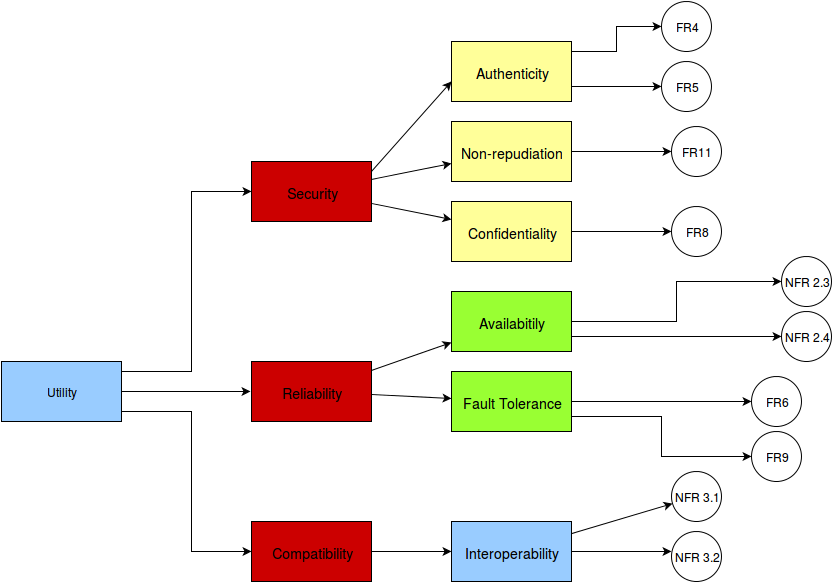
The draw.io diagram Pictures/Utility-tree.png in Alexandra-Matreata/ASA, before a commit. Source tidied: cells renumbered, new cells last; positions are measured from the earlier drawing's top-left corner, leaving out a move shared by most shapes.
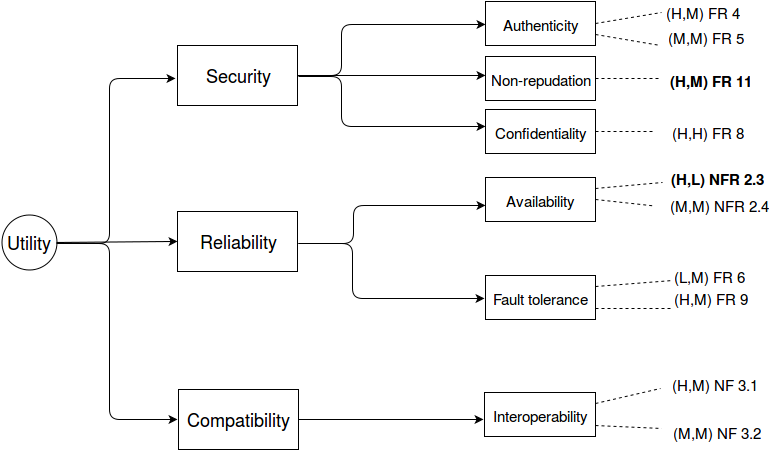
After the change.

Diff of the diagram source:
```diff
@@ -1,154 +1,185 @@
-<mxGraphModel>
+<mxGraphModel background="#ffffff">
   <root>
     <mxCell id="0" />
     <mxCell id="1" parent="0" />
+    <mxCell id="36" value="Utility" style="ellipse;whiteSpace=wrap;html=1;fontSize=18;" parent="1" vertex="1">
+      <mxGeometry x="262" y="153" width="55" height="55" as="geometry" />
+    </mxCell>
+    <mxCell id="6" value="Security" style="whiteSpace=wrap;html=1;fontSize=18;" parent="1" vertex="1">
+      <mxGeometry x="438" y="-16" width="120" height="60" as="geometry" />
+    </mxCell>
-    <mxCell id="2" value="Reliability" style="whiteSpace=wrap;html=1;labelBackgroundColor=none;fillColor=#CC0000;fontSize=14;fontColor=#000000;strokeColor=#000000;" parent="1" vertex="1">
-      <mxGeometry x="250" y="360" width="120" height="60" as="geometry" />
+    <mxCell id="2" value="Reliability" style="whiteSpace=wrap;html=1;fontSize=18;" parent="1" vertex="1">
+      <mxGeometry x="438" y="150" width="120" height="60" as="geometry" />
     </mxCell>
-    <mxCell id="3" value="Availabitily" style="whiteSpace=wrap;html=1;labelBackgroundColor=none;fillColor=#99FF33;fontSize=14;fontColor=#000000;strokeColor=#000000;" parent="1" vertex="1">
-      <mxGeometry x="450" y="290" width="120" height="60" as="geometry" />
-    </mxCell>
-    <mxCell id="4" value="Fault Tolerance" style="whiteSpace=wrap;html=1;labelBackgroundColor=none;fillColor=#99FF33;fontSize=14;fontColor=#000000;strokeColor=#000000;" parent="1" vertex="1">
-      <mxGeometry x="450" y="370" width="120" height="60" as="geometry" />
-    </mxCell>
-    <mxCell id="5" value="Compatibility" style="whiteSpace=wrap;html=1;labelBackgroundColor=none;fillColor=#CC0000;fontSize=14;fontColor=#000000;strokeColor=#000000;" parent="1" vertex="1">
-      <mxGeometry x="250" y="520" width="120" height="60" as="geometry" />
+    <mxCell id="5" value="Compatibility" style="whiteSpace=wrap;html=1;fontSize=18;" parent="1" vertex="1">
+      <mxGeometry x="439" y="328" width="120" height="60" as="geometry" />
     </mxCell>
-    <mxCell id="6" value="Security" style="whiteSpace=wrap;html=1;labelBackgroundColor=none;fillColor=#CC0000;fontSize=14;fontColor=#000000;strokeColor=#000000;" parent="1" vertex="1">
-      <mxGeometry x="250" y="160" width="120" height="60" as="geometry" />
-    </mxCell>
+    <mxCell id="41" style="endArrow=classic;html=1;fontSize=18;exitX=1;exitY=0.5;" parent="1" edge="1" source="36">
+      <mxGeometry relative="1" as="geometry">
+        <mxPoint x="438" y="180" as="targetPoint" />
+      </mxGeometry>
+    </mxCell>
+    <mxCell id="42" style="endArrow=classic;html=1;fontSize=18;" parent="1" edge="1">
+      <mxGeometry relative="1" as="geometry">
+        <mxPoint x="317" y="182" as="sourcePoint" />
+        <mxPoint x="436" y="17" as="targetPoint" />
+        <Array as="points">
+          <mxPoint x="370" y="182" />
+          <mxPoint x="370" y="17" />
+        </Array>
+      </mxGeometry>
+    </mxCell>
+    <mxCell id="43" style="endArrow=classic;html=1;fontSize=18;" parent="1" edge="1">
+      <mxGeometry relative="1" as="geometry">
+        <mxPoint x="319" y="182" as="sourcePoint" />
+        <mxPoint x="438" y="358" as="targetPoint" />
+        <Array as="points">
+          <mxPoint x="370" y="182" />
+          <mxPoint x="370" y="358" />
+        </Array>
+      </mxGeometry>
+    </mxCell>
+    <mxCell id="44" style="endArrow=classic;html=1;fontSize=18;exitX=1;exitY=0.5;" parent="1" edge="1" source="6">
+      <mxGeometry relative="1" as="geometry">
+        <mxPoint x="746" y="-37" as="targetPoint" />
+        <Array as="points">
+          <mxPoint x="602" y="14" />
+          <mxPoint x="602" y="-37" />
+        </Array>
+      </mxGeometry>
+    </mxCell>
+    <mxCell id="45" style="endArrow=classic;html=1;fontSize=18;exitX=1;exitY=0.5;" parent="1" edge="1" source="6">
+      <mxGeometry relative="1" as="geometry">
+        <mxPoint x="746" y="14" as="targetPoint" />
+      </mxGeometry>
+    </mxCell>
+    <mxCell id="46" style="endArrow=classic;html=1;fontSize=18;" parent="1" edge="1">
+      <mxGeometry relative="1" as="geometry">
+        <mxPoint x="559" y="15" as="sourcePoint" />
+        <mxPoint x="746" y="65" as="targetPoint" />
+        <Array as="points">
+          <mxPoint x="602" y="15" />
+          <mxPoint x="602" y="65" />
+        </Array>
+      </mxGeometry>
+    </mxCell>
+    <mxCell id="47" style="endArrow=classic;html=1;fontSize=18;" parent="1" edge="1">
+      <mxGeometry relative="1" as="geometry">
+        <mxPoint x="559" y="182" as="sourcePoint" />
+        <mxPoint x="746" y="144" as="targetPoint" />
+        <Array as="points">
+          <mxPoint x="614" y="182" />
+          <mxPoint x="614" y="144" />
+        </Array>
+      </mxGeometry>
+    </mxCell>
+    <mxCell id="48" style="endArrow=classic;html=1;fontSize=18;" parent="1" edge="1">
+      <mxGeometry relative="1" as="geometry">
+        <mxPoint x="559" y="182" as="sourcePoint" />
+        <mxPoint x="745" y="237" as="targetPoint" />
+        <Array as="points">
+          <mxPoint x="613" y="182" />
+          <mxPoint x="613" y="237" />
+        </Array>
+      </mxGeometry>
+    </mxCell>
+    <mxCell id="49" style="endArrow=classic;html=1;fontSize=18;exitX=1;exitY=0.5;" parent="1" edge="1" source="5">
+      <mxGeometry relative="1" as="geometry">
+        <mxPoint x="744" y="358" as="targetPoint" />
+      </mxGeometry>
+    </mxCell>
+    <mxCell id="50" style="edgeStyle=orthogonalEdgeStyle;rounded=0;html=1;exitX=0;exitY=0.5;entryX=0;entryY=0.5;jettySize=auto;orthogonalLoop=1;fontSize=18;" parent="1" edge="1" source="2" target="2">
+      <mxGeometry relative="1" as="geometry" />
+    </mxCell>
-    <mxCell id="7" value="Authenticity" style="whiteSpace=wrap;html=1;labelBackgroundColor=none;fillColor=#FFFF99;fontSize=14;fontColor=#000000;strokeColor=#000000;" parent="1" vertex="1">
-      <mxGeometry x="450" y="40" width="120" height="60" as="geometry" />
+    <mxCell id="7" value="&lt;font style=&quot;font-size: 15px&quot;&gt;Authenticity&lt;/font&gt;" style="whiteSpace=wrap;html=1;fontSize=18;" parent="1" vertex="1">
+      <mxGeometry x="746" y="-60" width="110" height="44" as="geometry" />
     </mxCell>
+    <mxCell id="51" value="&lt;font style=&quot;font-size: 15px&quot;&gt;Non-repudation&lt;/font&gt;" style="whiteSpace=wrap;html=1;fontSize=18;" parent="1" vertex="1">
+      <mxGeometry x="746" y="-5" width="110" height="44" as="geometry" />
+    </mxCell>
+    <mxCell id="10" value="&lt;font style=&quot;font-size: 15px&quot;&gt;Confidentiality&lt;/font&gt;" style="whiteSpace=wrap;html=1;fontSize=18;" parent="1" vertex="1">
+      <mxGeometry x="746" y="48" width="110" height="44" as="geometry" />
+    </mxCell>
+    <mxCell id="52" value="&lt;font style=&quot;font-size: 15px&quot;&gt;Availability&lt;/font&gt;" style="whiteSpace=wrap;html=1;fontSize=18;" parent="1" vertex="1">
+      <mxGeometry x="746" y="116" width="110" height="44" as="geometry" />
+    </mxCell>
+    <mxCell id="53" value="&lt;font style=&quot;font-size: 15px&quot;&gt;Fault tolerance&lt;/font&gt;&lt;br&gt;" style="whiteSpace=wrap;html=1;fontSize=18;" parent="1" vertex="1">
+      <mxGeometry x="746" y="214" width="110" height="44" as="geometry" />
+    </mxCell>
-    <mxCell id="8" value="Interoperability" style="whiteSpace=wrap;html=1;labelBackgroundColor=none;fillColor=#99CCFF;fontSize=14;fontColor=#000000;strokeColor=#000000;" parent="1" vertex="1">
-      <mxGeometry x="450" y="520" width="120" height="60" as="geometry" />
+    <mxCell id="8" value="&lt;font style=&quot;font-size: 15px&quot;&gt;Interoperability&lt;/font&gt;" style="whiteSpace=wrap;html=1;fontSize=18;" parent="1" vertex="1">
+      <mxGeometry x="745" y="331" width="111" height="44" as="geometry" />
     </mxCell>
-    <mxCell id="9" style="edgeStyle=none;rounded=0;html=1;startArrow=none;startFill=0;endArrow=classic;endFill=1;jettySize=auto;strokeColor=#000000;fontSize=14;fontColor=#000000;" parent="1" edge="1" source="6" target="11">
-      <mxGeometry relative="1" as="geometry" />
-    </mxCell>
-    <mxCell id="10" value="Confidentiality" style="whiteSpace=wrap;html=1;labelBackgroundColor=none;fillColor=#FFFF99;fontSize=14;fontColor=#000000;strokeColor=#000000;" parent="1" vertex="1">
-      <mxGeometry x="450" y="200" width="120" height="60" as="geometry" />
-    </mxCell>
-    <mxCell id="11" value="Non-repudiation" style="whiteSpace=wrap;html=1;labelBackgroundColor=none;fillColor=#FFFF99;fontSize=14;fontColor=#000000;strokeColor=#000000;" parent="1" vertex="1">
-      <mxGeometry x="450" y="120" width="120" height="60" as="geometry" />
-    </mxCell>
-    <mxCell id="12" style="edgeStyle=none;rounded=0;html=1;startArrow=none;startFill=0;endArrow=classic;endFill=1;jettySize=auto;strokeColor=#000000;fontSize=14;fontColor=#000000;" parent="1" edge="1" target="7">
-      <mxGeometry relative="1" as="geometry">
-        <mxPoint x="370" y="170" as="sourcePoint" />
-        <Array as="points">
-          <mxPoint x="450" y="80" />
-        </Array>
-      </mxGeometry>
-    </mxCell>
-    <mxCell id="13" style="edgeStyle=none;rounded=0;html=1;startArrow=none;startFill=0;endArrow=classic;endFill=1;jettySize=auto;strokeColor=#000000;fontSize=14;fontColor=#000000;" parent="1" edge="1" source="6" target="10">
-      <mxGeometry relative="1" as="geometry" />
-    </mxCell>
-    <mxCell id="14" style="edgeStyle=none;rounded=0;html=1;startArrow=none;startFill=0;endArrow=classic;endFill=1;jettySize=auto;strokeColor=#000000;fontSize=14;fontColor=#000000;" parent="1" edge="1" source="2" target="3">
-      <mxGeometry relative="1" as="geometry" />
-    </mxCell>
-    <mxCell id="15" style="edgeStyle=none;rounded=0;html=1;startArrow=none;startFill=0;endArrow=classic;endFill=1;jettySize=auto;strokeColor=#000000;fontSize=14;fontColor=#000000;" parent="1" edge="1" source="2" target="4">
-      <mxGeometry relative="1" as="geometry" />
-    </mxCell>
-    <mxCell id="16" style="edgeStyle=none;rounded=0;html=1;startArrow=none;startFill=0;endArrow=classic;endFill=1;jettySize=auto;strokeColor=#000000;fontSize=14;fontColor=#000000;" parent="1" edge="1" source="5" target="8">
-      <mxGeometry relative="1" as="geometry" />
-    </mxCell>
-    <mxCell id="17" value="NFR 3.2" style="ellipse;whiteSpace=wrap;html=1;direction=south;" parent="1" vertex="1">
-      <mxGeometry x="670" y="530" width="50" height="50" as="geometry" />
-    </mxCell>
-    <mxCell id="18" value="NFR 3.1" style="ellipse;whiteSpace=wrap;html=1;" parent="1" vertex="1">
-      <mxGeometry x="670" y="470" width="50" height="50" as="geometry" />
-    </mxCell>
-    <mxCell id="19" style="edgeStyle=none;rounded=0;html=1;startArrow=none;startFill=0;endArrow=classic;endFill=1;jettySize=auto;strokeColor=#000000;fontSize=14;fontColor=#000000;" parent="1" edge="1" source="8" target="18">
-      <mxGeometry relative="1" as="geometry" />
-    </mxCell>
-    <mxCell id="20" value="FR4" style="ellipse;whiteSpace=wrap;html=1;" parent="1" vertex="1">
-      <mxGeometry x="660" width="50" height="50" as="geometry" />
-    </mxCell>
-    <mxCell id="21" style="edgeStyle=orthogonalEdgeStyle;rounded=0;html=1;exitX=1;exitY=0.5;jettySize=auto;entryX=0;entryY=0.5;" parent="1" edge="1" source="7" target="20">
-      <mxGeometry relative="1" as="geometry">
-        <Array as="points">
-          <mxPoint x="570" y="50" />
-          <mxPoint x="615" y="50" />
-          <mxPoint x="615" y="25" />
-        </Array>
-      </mxGeometry>
-    </mxCell>
-    <mxCell id="22" value="FR8" style="ellipse;whiteSpace=wrap;html=1;" parent="1" vertex="1">
-      <mxGeometry x="670" y="205" width="50" height="50" as="geometry" />
-    </mxCell>
-    <mxCell id="23" style="edgeStyle=orthogonalEdgeStyle;rounded=0;html=1;exitX=1;exitY=0.5;jettySize=auto;" parent="1" edge="1" source="10" target="22">
-      <mxGeometry relative="1" as="geometry" />
-    </mxCell>
-    <mxCell id="24" value="FR5" style="ellipse;whiteSpace=wrap;html=1;" parent="1" vertex="1">
-      <mxGeometry x="660" y="60" width="50" height="50" as="geometry" />
-    </mxCell>
-    <mxCell id="25" style="edgeStyle=orthogonalEdgeStyle;rounded=0;html=1;exitX=1;exitY=0.75;entryX=0;entryY=0.5;jettySize=auto;" parent="1" edge="1" source="7" target="24">
-      <mxGeometry relative="1" as="geometry" />
-    </mxCell>
-    <mxCell id="26" value="NFR 2.3" style="ellipse;whiteSpace=wrap;html=1;" parent="1" vertex="1">
-      <mxGeometry x="780" y="255" width="50" height="50" as="geometry" />
-    </mxCell>
-    <mxCell id="27" style="edgeStyle=orthogonalEdgeStyle;rounded=0;html=1;exitX=1;exitY=0.5;entryX=0;entryY=0.5;jettySize=auto;" parent="1" edge="1" source="3" target="26">
-      <mxGeometry relative="1" as="geometry" />
-    </mxCell>
-    <mxCell id="28" value="NFR 2.4" style="ellipse;whiteSpace=wrap;html=1;" parent="1" vertex="1">
-      <mxGeometry x="780" y="310" width="50" height="50" as="geometry" />
-    </mxCell>
-    <mxCell id="29" style="edgeStyle=orthogonalEdgeStyle;rounded=0;html=1;exitX=1;exitY=0.75;entryX=0;entryY=0.5;jettySize=auto;" parent="1" edge="1" source="3" target="28">
-      <mxGeometry relative="1" as="geometry" />
-    </mxCell>
-    <mxCell id="30" value="FR6" style="ellipse;whiteSpace=wrap;html=1;" parent="1" vertex="1">
-      <mxGeometry x="750" y="375" width="50" height="50" as="geometry" />
-    </mxCell>
-    <mxCell id="31" style="edgeStyle=orthogonalEdgeStyle;rounded=0;html=1;exitX=1;exitY=0.5;entryX=0;entryY=0.5;jettySize=auto;" parent="1" edge="1" source="4" target="30">
-      <mxGeometry relative="1" as="geometry" />
-    </mxCell>
-    <mxCell id="32" value="FR11" style="ellipse;whiteSpace=wrap;html=1;" parent="1" vertex="1">
-      <mxGeometry x="670" y="125" width="50" height="50" as="geometry" />
-    </mxCell>
-    <mxCell id="33" style="edgeStyle=orthogonalEdgeStyle;rounded=0;html=1;exitX=1;exitY=0.5;entryX=0;entryY=0.5;jettySize=auto;" parent="1" edge="1" source="11" target="32">
-      <mxGeometry relative="1" as="geometry" />
-    </mxCell>
-    <mxCell id="34" value="FR9" style="ellipse;whiteSpace=wrap;html=1;" parent="1" vertex="1">
-      <mxGeometry x="750" y="430" width="50" height="50" as="geometry" />
-    </mxCell>
-    <mxCell id="35" style="edgeStyle=orthogonalEdgeStyle;rounded=0;html=1;exitX=1;exitY=0.75;entryX=0;entryY=0.5;jettySize=auto;" parent="1" edge="1" source="4" target="34">
-      <mxGeometry relative="1" as="geometry" />
-    </mxCell>
-    <mxCell id="36" value="Utility" style="whiteSpace=wrap;html=1;fillColor=#99CCFF;" parent="1" vertex="1">
-      <mxGeometry y="360" width="120" height="60" as="geometry" />
-    </mxCell>
-    <mxCell id="37" style="edgeStyle=orthogonalEdgeStyle;rounded=0;html=1;entryX=0;entryY=0.5;jettySize=auto;" parent="1" edge="1" target="6">
-      <mxGeometry relative="1" as="geometry">
-        <mxPoint x="120" y="370" as="sourcePoint" />
-        <Array as="points">
-          <mxPoint x="120" y="370" />
-          <mxPoint x="190" y="370" />
-          <mxPoint x="190" y="190" />
-        </Array>
-      </mxGeometry>
-    </mxCell>
-    <mxCell id="38" style="edgeStyle=orthogonalEdgeStyle;rounded=0;html=1;entryX=0;entryY=0.5;jettySize=auto;" parent="1" edge="1" target="5">
-      <mxGeometry relative="1" as="geometry">
-        <mxPoint x="120" y="410" as="sourcePoint" />
-        <Array as="points">
-          <mxPoint x="120" y="410" />
-          <mxPoint x="190" y="410" />
-          <mxPoint x="190" y="550" />
-        </Array>
-      </mxGeometry>
-    </mxCell>
-    <mxCell id="39" style="endArrow=classic;html=1;fontSize=18;" parent="1" edge="1">
-      <mxGeometry relative="1" as="geometry">
-        <mxPoint x="570" y="550" as="sourcePoint" />
-        <mxPoint x="670" y="550" as="targetPoint" />
-      </mxGeometry>
-    </mxCell>
-    <mxCell id="40" style="endArrow=classic;html=1;fontSize=18;" parent="1" edge="1">
-      <mxGeometry relative="1" as="geometry">
-        <mxPoint x="120" y="390" as="sourcePoint" />
-        <mxPoint x="249" y="390" as="targetPoint" />
-      </mxGeometry>
-    </mxCell>
+    <mxCell id="54" value="&lt;font style=&quot;font-size: 15px&quot;&gt;(H,M) FR 4&lt;/font&gt;&lt;font size=&quot;4&quot;&gt;&lt;br&gt;&lt;/font&gt;" style="text;html=1;strokeColor=none;fillColor=none;align=center;verticalAlign=middle;whiteSpace=wrap;fontSize=18;" parent="1" vertex="1">
+      <mxGeometry x="909" y="-60" width="110" height="20" as="geometry" />
+    </mxCell>
+    <mxCell id="55" value="&lt;b&gt;&lt;font style=&quot;font-size: 15px&quot;&gt;(H,M) FR 11&lt;/font&gt;&lt;font size=&quot;4&quot;&gt;&lt;br&gt;&lt;/font&gt;&lt;/b&gt;" style="text;html=1;strokeColor=none;fillColor=none;align=center;verticalAlign=middle;whiteSpace=wrap;fontSize=18;" parent="1" vertex="1">
+      <mxGeometry x="917" y="11" width="110" height="13" as="geometry" />
+    </mxCell>
+    <mxCell id="56" value="&lt;font style=&quot;font-size: 15px&quot;&gt;(H,H) FR 8&lt;br&gt;&lt;/font&gt;" style="text;html=1;strokeColor=none;fillColor=none;align=center;verticalAlign=middle;whiteSpace=wrap;fontSize=18;" parent="1" vertex="1">
+      <mxGeometry x="913" y="60" width="110" height="20" as="geometry" />
+    </mxCell>
+    <mxCell id="57" value="&lt;b&gt;&lt;font style=&quot;font-size: 15px&quot;&gt;(H,L) NFR 2.3&lt;/font&gt;&lt;/b&gt;" style="text;html=1;strokeColor=none;fillColor=none;align=center;verticalAlign=middle;whiteSpace=wrap;fontSize=18;" parent="1" vertex="1">
+      <mxGeometry x="923" y="106" width="110" height="20" as="geometry" />
+    </mxCell>
+    <mxCell id="58" value="(H,M) NF 3.1&lt;br&gt;" style="text;html=1;strokeColor=none;fillColor=none;align=center;verticalAlign=middle;whiteSpace=wrap;fontSize=15;" parent="1" vertex="1">
+      <mxGeometry x="921" y="312" width="110" height="20" as="geometry" />
+    </mxCell>
+    <mxCell id="59" value="&lt;font style=&quot;font-size: 15px&quot;&gt;(M,M) FR 5&lt;/font&gt;&lt;br&gt;" style="text;html=1;strokeColor=none;fillColor=none;align=center;verticalAlign=middle;whiteSpace=wrap;fontSize=18;" parent="1" vertex="1">
+      <mxGeometry x="911" y="-35" width="110" height="19" as="geometry" />
+    </mxCell>
+    <mxCell id="60" value="&lt;font style=&quot;font-size: 15px;&quot;&gt;(L,M) FR 6&lt;br&gt;&lt;/font&gt;" style="text;html=1;strokeColor=none;fillColor=none;align=center;verticalAlign=middle;whiteSpace=wrap;fontSize=15;" parent="1" vertex="1">
+      <mxGeometry x="915" y="204" width="110" height="20" as="geometry" />
+    </mxCell>
+    <mxCell id="61" value="&lt;font style=&quot;font-size: 15px&quot;&gt;(H,M) FR 9&lt;br&gt;&lt;/font&gt;" style="text;html=1;strokeColor=none;fillColor=none;align=center;verticalAlign=middle;whiteSpace=wrap;fontSize=18;" parent="1" vertex="1">
+      <mxGeometry x="917" y="226" width="110" height="20" as="geometry" />
+    </mxCell>
+    <mxCell id="62" value="(M,M) NF 3.2&lt;br&gt;" style="text;html=1;strokeColor=none;fillColor=none;align=center;verticalAlign=middle;whiteSpace=wrap;fontSize=15;" parent="1" vertex="1">
+      <mxGeometry x="922" y="350" width="110" height="39" as="geometry" />
+    </mxCell>
+    <mxCell id="63" style="endArrow=none;dashed=1;html=1;fontSize=15;exitX=1;exitY=0.25;" parent="1" edge="1" source="52" target="57">
+      <mxGeometry relative="1" as="geometry" />
+    </mxCell>
+    <mxCell id="64" style="endArrow=none;dashed=1;html=1;fontSize=15;exitX=1;exitY=0.5;" parent="1" edge="1" source="52">
+      <mxGeometry relative="1" as="geometry">
+        <mxPoint x="915" y="144.5" as="targetPoint" />
+      </mxGeometry>
+    </mxCell>
+    <mxCell id="65" style="endArrow=none;dashed=1;html=1;fontSize=15;exitX=1;exitY=0.5;" parent="1" edge="1" source="7">
+      <mxGeometry relative="1" as="geometry">
+        <mxPoint x="922" y="-49" as="targetPoint" />
+      </mxGeometry>
+    </mxCell>
+    <mxCell id="66" style="endArrow=none;dashed=1;html=1;fontSize=15;exitX=1;exitY=0.75;" parent="1" edge="1" source="53">
+      <mxGeometry relative="1" as="geometry">
+        <mxPoint x="933" y="247" as="targetPoint" />
+      </mxGeometry>
+    </mxCell>
+    <mxCell id="67" style="endArrow=none;dashed=1;html=1;fontSize=15;exitX=1;exitY=0.75;" parent="1" edge="1" source="8" target="62">
+      <mxGeometry relative="1" as="geometry" />
+    </mxCell>
+    <mxCell id="68" style="endArrow=none;dashed=1;html=1;fontSize=15;exitX=1;exitY=0.75;" parent="1" edge="1" source="7">
+      <mxGeometry relative="1" as="geometry">
+        <mxPoint x="921" y="-16" as="targetPoint" />
+      </mxGeometry>
+    </mxCell>
+    <mxCell id="69" style="endArrow=none;dashed=1;html=1;fontSize=15;exitX=1;exitY=0.25;entryX=0;entryY=0.75;" parent="1" edge="1" source="8" target="58">
+      <mxGeometry relative="1" as="geometry" />
+    </mxCell>
+    <mxCell id="70" style="endArrow=none;dashed=1;html=1;fontSize=15;exitX=1;exitY=0.25;" parent="1" edge="1" source="53">
+      <mxGeometry relative="1" as="geometry">
+        <mxPoint x="933" y="219" as="targetPoint" />
+      </mxGeometry>
+    </mxCell>
+    <mxCell id="71" style="endArrow=none;dashed=1;html=1;fontSize=15;exitX=1;exitY=0.5;" parent="1" edge="1" source="51">
+      <mxGeometry relative="1" as="geometry">
+        <mxPoint x="922" y="17" as="targetPoint" />
+      </mxGeometry>
+    </mxCell>
+    <mxCell id="72" style="endArrow=none;dashed=1;html=1;fontSize=15;exitX=1;exitY=0.5;" parent="1" edge="1" source="10" target="56">
+      <mxGeometry relative="1" as="geometry" />
+    </mxCell>
+    <mxCell id="73" value="&lt;font style=&quot;font-size: 15px&quot;&gt;(M,M) NFR 2.4&lt;br&gt;&lt;/font&gt;" style="text;html=1;strokeColor=none;fillColor=none;align=center;verticalAlign=middle;whiteSpace=wrap;fontSize=18;" parent="1" vertex="1">
+      <mxGeometry x="925" y="133" width="110" height="20" as="geometry" />
+    </mxCell>
   </root>
 </mxGraphModel>
```
